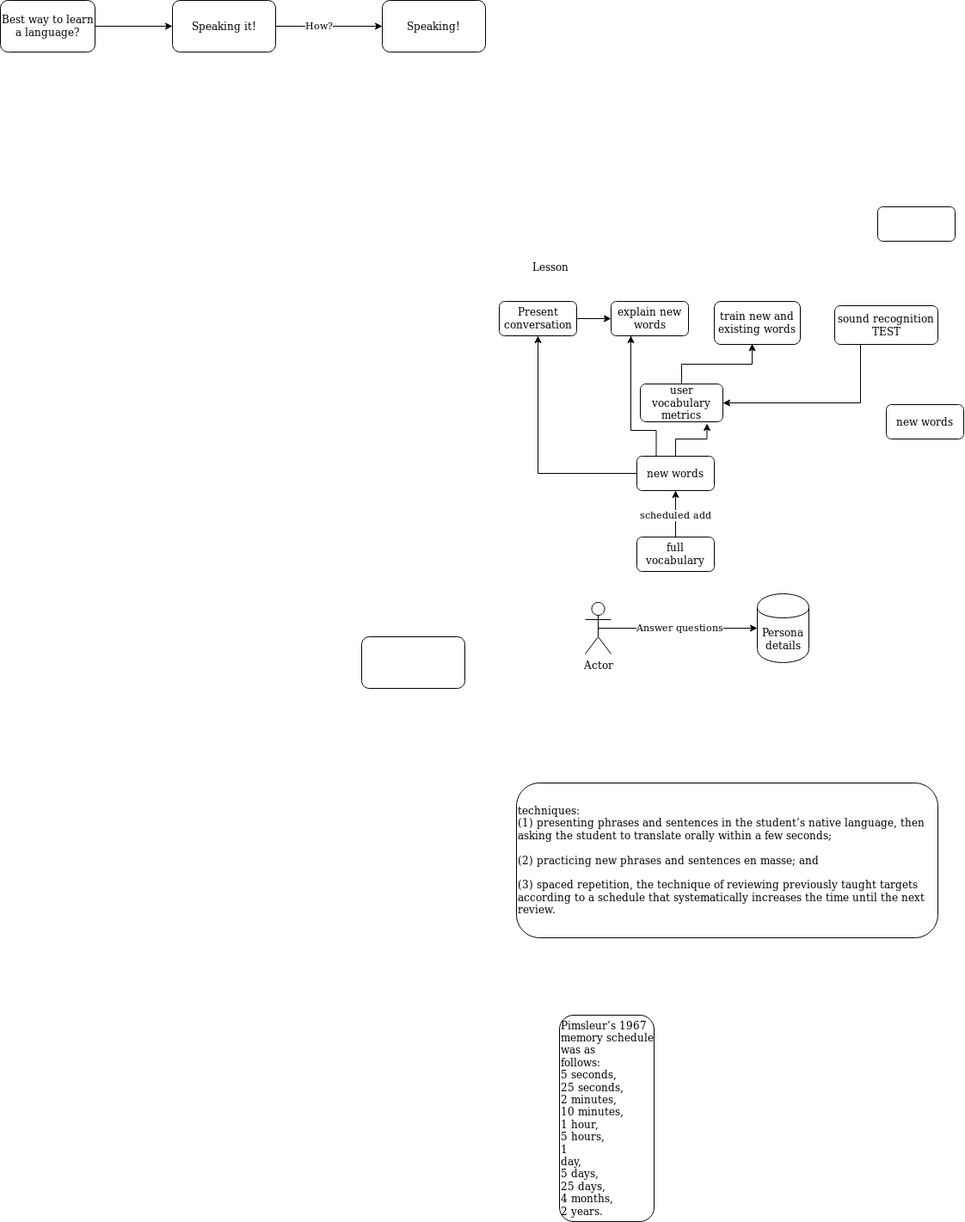
Mr-Ruben/ml keeps this draw.io diagram as Language Tutor.png. Above is the earlier version. Source tidied: cells renumbered, new cells last; positions are measured from the earlier drawing's top-left corner, leaving out a move shared by most shapes.
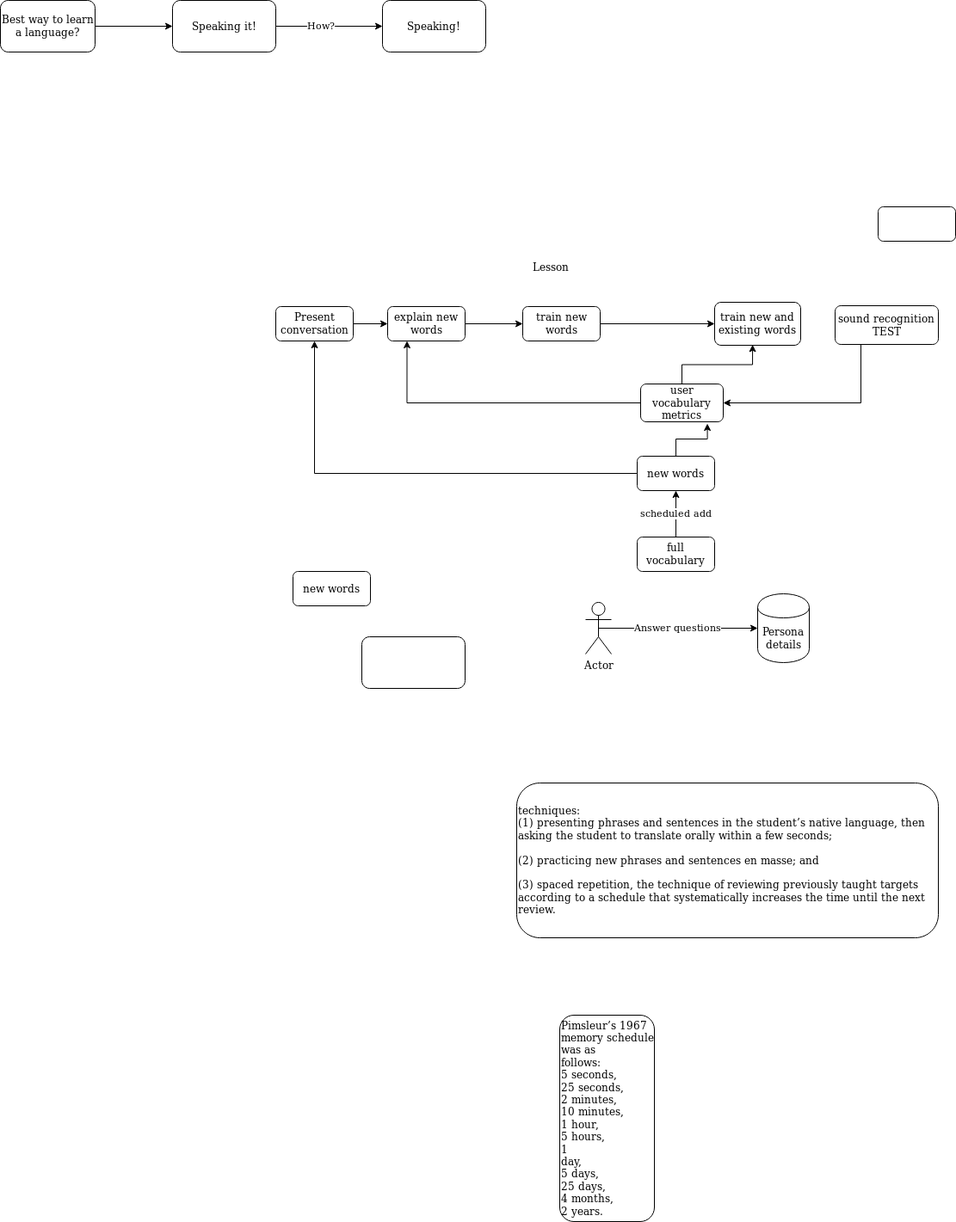
The same diagram one commit later.

Diff of the diagram source:
```diff
@@ -18,16 +18,25 @@
       <mxGeometry relative="1" as="geometry" />
     </mxCell>
     <mxCell id="7" value="Present conversation" style="rounded=1;whiteSpace=wrap;html=1;" parent="1" vertex="1">
-      <mxGeometry x="580" y="350" width="90" height="40" as="geometry" />
+      <mxGeometry x="320" y="356" width="90" height="40" as="geometry" />
     </mxCell>
+    <mxCell id="30" style="edgeStyle=orthogonalEdgeStyle;rounded=0;jettySize=auto;html=1;" parent="1" edge="1" source="8" target="32">
+      <mxGeometry relative="1" as="geometry" />
+    </mxCell>
     <mxCell id="8" value="explain new words" style="rounded=1;whiteSpace=wrap;html=1;" parent="1" vertex="1">
-      <mxGeometry x="710" y="350" width="90" height="40" as="geometry" />
+      <mxGeometry x="450" y="356" width="90" height="40" as="geometry" />
     </mxCell>
+    <mxCell id="31" style="edgeStyle=orthogonalEdgeStyle;rounded=0;jettySize=auto;html=1;entryX=0;entryY=0.5;entryDx=0;entryDy=0;" parent="1" edge="1" source="32" target="9">
+      <mxGeometry relative="1" as="geometry" />
+    </mxCell>
+    <mxCell id="32" value="train new words" style="rounded=1;whiteSpace=wrap;html=1;" parent="1" vertex="1">
+      <mxGeometry x="607" y="356" width="90" height="40" as="geometry" />
+    </mxCell>
     <mxCell id="9" value="train new and existing words" style="rounded=1;whiteSpace=wrap;html=1;" parent="1" vertex="1">
-      <mxGeometry x="830" y="350" width="100" height="50" as="geometry" />
+      <mxGeometry x="830" y="351" width="100" height="50" as="geometry" />
     </mxCell>
     <mxCell id="10" value="new words" style="rounded=1;whiteSpace=wrap;html=1;" parent="1" vertex="1">
-      <mxGeometry x="1030" y="470" width="90" height="40" as="geometry" />
+      <mxGeometry x="340" y="664" width="90" height="40" as="geometry" />
     </mxCell>
     <mxCell id="11" style="rounded=1;whiteSpace=wrap;html=1;" parent="1" vertex="1">
       <mxGeometry x="1020" y="240" width="90" height="40" as="geometry" />
@@ -35,6 +44,9 @@
     <mxCell id="12" style="edgeStyle=orthogonalEdgeStyle;rounded=0;jettySize=auto;html=1;entryX=0.441;entryY=0.986;entryDx=0;entryDy=0;entryPerimeter=0;" parent="1" edge="1" source="13" target="9">
       <mxGeometry relative="1" as="geometry" />
     </mxCell>
+    <mxCell id="33" style="edgeStyle=orthogonalEdgeStyle;rounded=0;jettySize=auto;html=1;entryX=0.25;entryY=1;entryDx=0;entryDy=0;" parent="1" edge="1" source="13" target="8">
+      <mxGeometry relative="1" as="geometry" />
+    </mxCell>
     <mxCell id="13" value="user vocabulary metrics" style="rounded=1;whiteSpace=wrap;html=1;" parent="1" vertex="1">
       <mxGeometry x="744" y="446" width="96" height="44" as="geometry" />
     </mxCell>
@@ -47,16 +59,6 @@
     <mxCell id="16" style="edgeStyle=orthogonalEdgeStyle;rounded=0;jettySize=auto;html=1;entryX=0.5;entryY=1;entryDx=0;entryDy=0;" parent="1" edge="1" source="19" target="7">
       <mxGeometry relative="1" as="geometry" />
     </mxCell>
-    <mxCell id="17" style="edgeStyle=orthogonalEdgeStyle;rounded=0;jettySize=auto;html=1;exitX=0.25;exitY=0;exitDx=0;exitDy=0;" parent="1" edge="1" source="19">
-      <mxGeometry relative="1" as="geometry">
-        <mxPoint x="733" y="390" as="targetPoint" />
-        <Array as="points">
-          <mxPoint x="762" y="500" />
-          <mxPoint x="733" y="500" />
-          <mxPoint x="733" y="390" />
-        </Array>
-      </mxGeometry>
-    </mxCell>
     <mxCell id="18" style="edgeStyle=orthogonalEdgeStyle;rounded=0;jettySize=auto;html=1;entryX=0.808;entryY=1.046;entryDx=0;entryDy=0;entryPerimeter=0;" parent="1" edge="1" source="19" target="13">
       <mxGeometry relative="1" as="geometry" />
     </mxCell>
```
